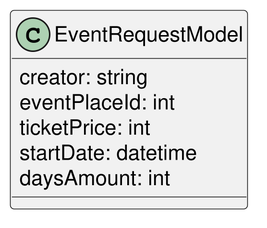
ai-shift/cyber-valley-tickets keeps this PlantUML diagram as img/event-request-model.png. Above is the earlier version.
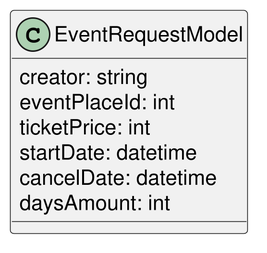
After the commit.

What changed in the source:
```diff
@@ -5,6 +5,7 @@
   eventPlaceId: int
   ticketPrice: int
   startDate: datetime
+  cancelDate: datetime
   daysAmount: int
 }
 @enduml
```
